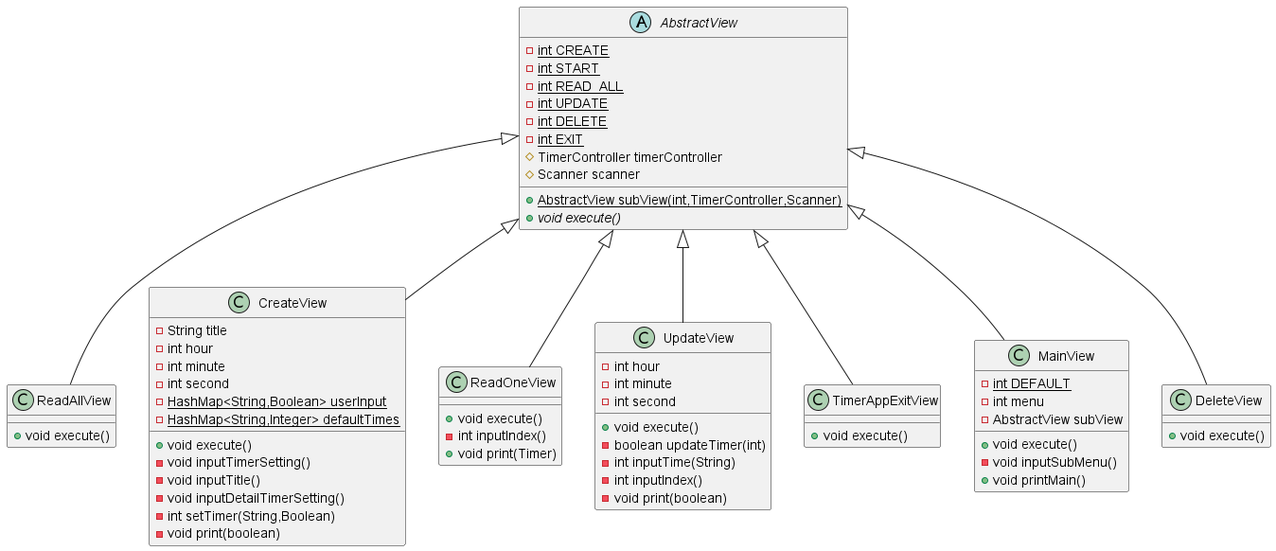
Before: View.png, a diagram exported from PlantUML (JinHoooooou/Planner).
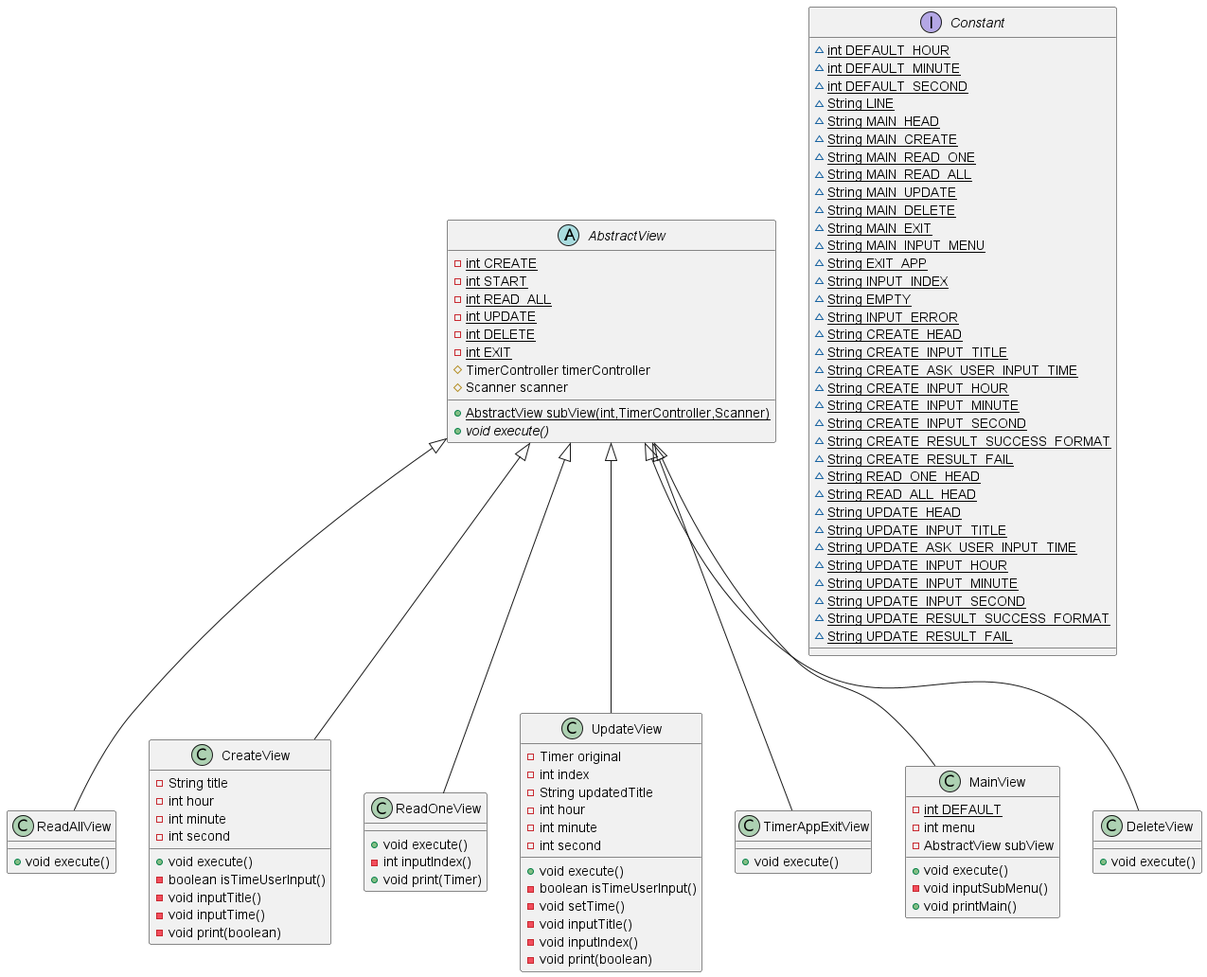
The same file after the commit.

Change to the diagram source:
```diff
@@ -7,13 +7,10 @@
 - int hour
 - int minute
 - int second
-- {static} HashMap<String,Boolean> userInput
-- {static} HashMap<String,Integer> defaultTimes
 + void execute()
-- void inputTimerSetting()
+- boolean isTimeUserInput()
 - void inputTitle()
-- void inputDetailTimerSetting()
-- int setTimer(String,Boolean)
+- void inputTime()
 - void print(boolean)
 }
 class ReadOneView {
@@ -22,13 +19,17 @@
 + void print(Timer)
 }
 class UpdateView {
+- Timer original
+- int index
+- String updatedTitle
 - int hour
 - int minute
 - int second
 + void execute()
-- boolean updateTimer(int)
-- int inputTime(String)
-- int inputIndex()
+- boolean isTimeUserInput()
+- void setTime()
+- void inputTitle()
+- void inputIndex()
 - void print(boolean)
 }
 abstract class AbstractView {
@@ -45,6 +46,42 @@
 }
 class TimerAppExitView {
 + void execute()
+}
+interface Constant {
+~ {static} int DEFAULT_HOUR
+~ {static} int DEFAULT_MINUTE
+~ {static} int DEFAULT_SECOND
+~ {static} String LINE
+~ {static} String MAIN_HEAD
+~ {static} String MAIN_CREATE
+~ {static} String MAIN_READ_ONE
+~ {static} String MAIN_READ_ALL
+~ {static} String MAIN_UPDATE
+~ {static} String MAIN_DELETE
+~ {static} String MAIN_EXIT
+~ {static} String MAIN_INPUT_MENU
+~ {static} String EXIT_APP
+~ {static} String INPUT_INDEX
+~ {static} String EMPTY
+~ {static} String INPUT_ERROR
+~ {static} String CREATE_HEAD
+~ {static} String CREATE_INPUT_TITLE
+~ {static} String CREATE_ASK_USER_INPUT_TIME
+~ {static} String CREATE_INPUT_HOUR
+~ {static} String CREATE_INPUT_MINUTE
+~ {static} String CREATE_INPUT_SECOND
+~ {static} String CREATE_RESULT_SUCCESS_FORMAT
+~ {static} String CREATE_RESULT_FAIL
+~ {static} String READ_ONE_HEAD
+~ {static} String READ_ALL_HEAD
+~ {static} String UPDATE_HEAD
+~ {static} String UPDATE_INPUT_TITLE
+~ {static} String UPDATE_ASK_USER_INPUT_TIME
+~ {static} String UPDATE_INPUT_HOUR
+~ {static} String UPDATE_INPUT_MINUTE
+~ {static} String UPDATE_INPUT_SECOND
+~ {static} String UPDATE_RESULT_SUCCESS_FORMAT
+~ {static} String UPDATE_RESULT_FAIL
 }
 class MainView {
 - {static} int DEFAULT
```
